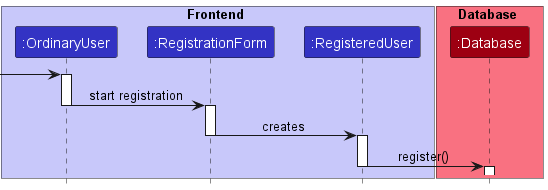
Above: Diagrams/OU_Register.png in sid-menon/ENSF480-FinalProj (PlantUML), before the change.
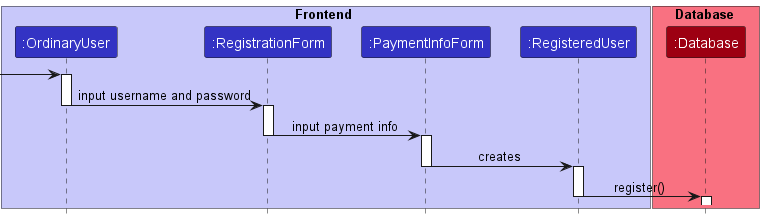
Above is the later version.

The edit, as a diff of the source:
```diff
@@ -4,6 +4,7 @@
 box Frontend LOGIC_COLOR_T1
 participant ":OrdinaryUser" as ou LOGIC_COLOR
 participant ":RegistrationForm" as regForm LOGIC_COLOR
+participant ":PaymentInfoForm" as paymentInfoForm LOGIC_COLOR
 participant ":RegisteredUser" as ru LOGIC_COLOR
 end box
 
@@ -14,12 +15,16 @@
 [->ou
 
 activate ou
-ou -> regForm: start registration
+ou -> regForm: input username and password
 deactivate ou
 activate regForm
 
-regForm -> ru: creates
+regForm -> paymentInfoForm: input payment info
 deactivate regForm
+activate paymentInfoForm
+
+paymentInfoForm -> ru: creates
+deactivate paymentInfoForm
 activate ru
 
 ru -> database: register()
```
